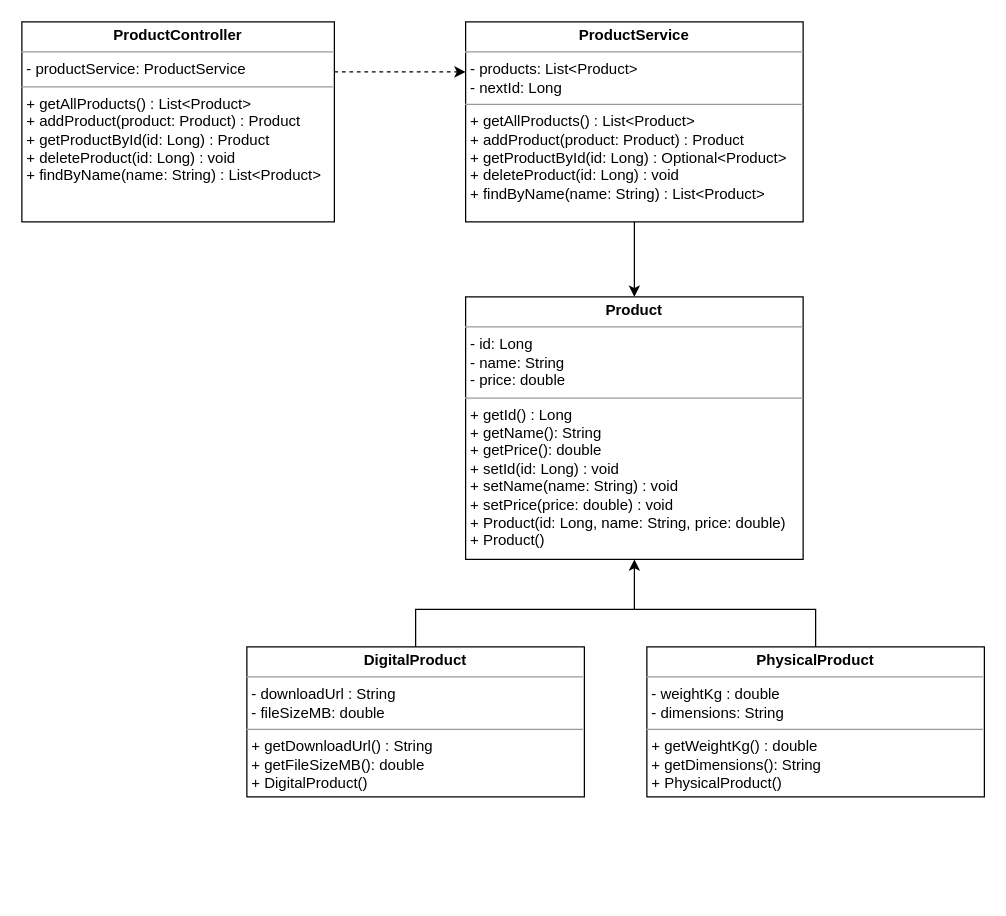
Above: products-api/docs/uml/product.drawio in jamesiit/products-api (draw.io), before the change. Source tidied: cells renumbered, new cells numbered last; positions are measured from the earlier drawing's top-left corner, leaving out a move shared by most shapes. Both pictures are drawn from the tidied source at 125%, with x=0, y=0 at pixel (21, 21).
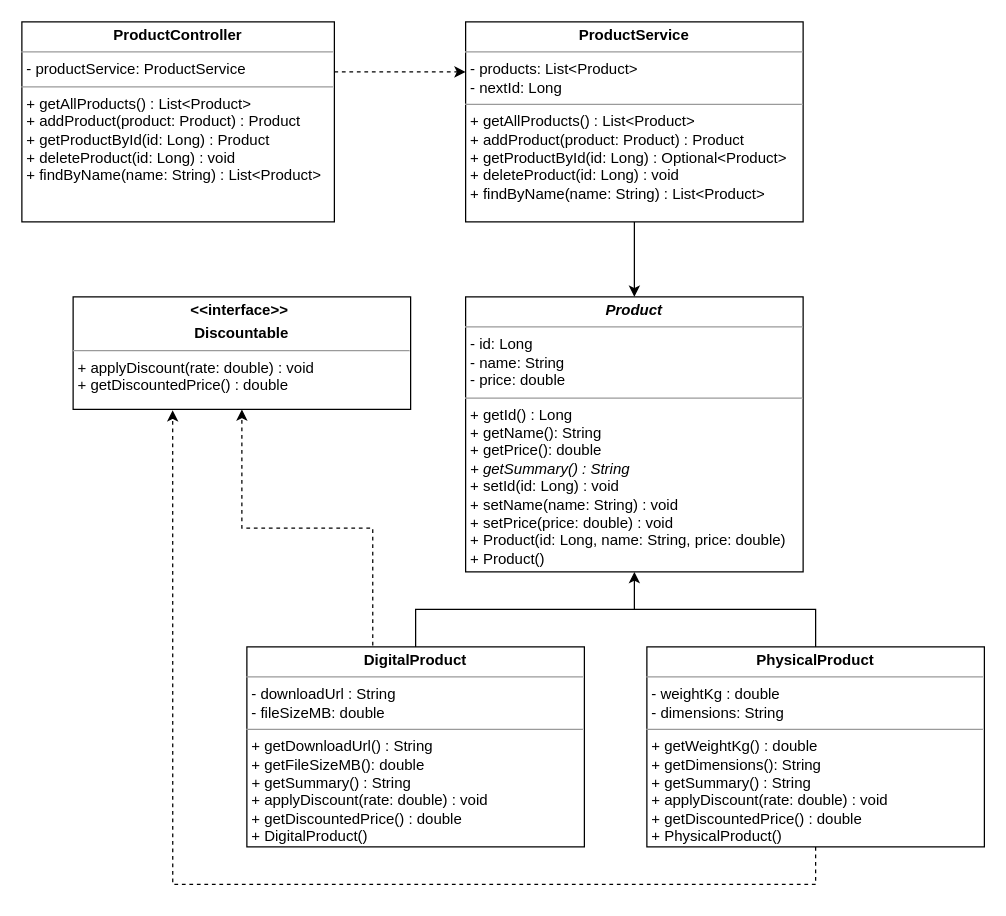
After the change.

Commit message (it also covers changes not shown here):
Tutorial 5: polymorphism - getSummary and Interface

What changed in the source:
```diff
@@
 <mxGraphModel>
   <root>
     <mxCell id="0" />
     <mxCell id="1" parent="0" />
-    <mxCell id="2" value="&lt;p style=&quot;margin:0px;margin-top:4px;text-align:center;&quot;&gt;&lt;b style=&quot;&quot;&gt;Product&lt;/b&gt;&lt;/p&gt;&lt;hr size=&quot;1&quot;&gt;&lt;p style=&quot;margin:0px;margin-left:4px;&quot;&gt;- id: Long&lt;br&gt;- name: String&lt;/p&gt;&lt;p style=&quot;margin:0px;margin-left:4px;&quot;&gt;- price: double&lt;/p&gt;&lt;hr size=&quot;1&quot;&gt;&lt;p style=&quot;margin:0px;margin-left:4px;&quot;&gt;+ getId() : Long&lt;br&gt;+ getName(): String&lt;br&gt;+ getPrice(): double&lt;/p&gt;&lt;p style=&quot;margin:0px;margin-left:4px;&quot;&gt;+ setId(id: Long) : void&lt;/p&gt;&lt;p style=&quot;margin:0px;margin-left:4px;&quot;&gt;+ setName(name: String) : void&lt;/p&gt;&lt;p style=&quot;margin:0px;margin-left:4px;&quot;&gt;+ setPrice(price: double) : void&amp;nbsp;&lt;br&gt;+ Product(id: Long, name: String, price: double)&lt;br&gt;+ Product()&lt;/p&gt;" style="verticalAlign=top;align=left;overflow=fill;fontSize=12;fontFamily=Helvetica;html=1;rounded=0;shadow=0;comic=0;labelBackgroundColor=none;strokeWidth=1;" parent="1" vertex="1">
-      <mxGeometry x="355" y="220" width="270" height="210" as="geometry" />
+    <mxCell id="2" value="&lt;p style=&quot;margin:0px;margin-top:4px;text-align:center;&quot;&gt;&lt;b style=&quot;&quot;&gt;&lt;i&gt;Product&lt;/i&gt;&lt;/b&gt;&lt;/p&gt;&lt;hr size=&quot;1&quot;&gt;&lt;p style=&quot;margin:0px;margin-left:4px;&quot;&gt;- id: Long&lt;br&gt;- name: String&lt;/p&gt;&lt;p style=&quot;margin:0px;margin-left:4px;&quot;&gt;- price: double&lt;/p&gt;&lt;hr size=&quot;1&quot;&gt;&lt;p style=&quot;margin:0px;margin-left:4px;&quot;&gt;+ getId() : Long&lt;br&gt;+ getName(): String&lt;br&gt;+ getPrice(): double&lt;/p&gt;&lt;p style=&quot;margin:0px;margin-left:4px;&quot;&gt;&lt;i&gt;+ getSummary() : String&lt;/i&gt;&lt;/p&gt;&lt;p style=&quot;margin:0px;margin-left:4px;&quot;&gt;+ setId(id: Long) : void&lt;/p&gt;&lt;p style=&quot;margin:0px;margin-left:4px;&quot;&gt;+ setName(name: String) : void&lt;/p&gt;&lt;p style=&quot;margin:0px;margin-left:4px;&quot;&gt;+ setPrice(price: double) : void&amp;nbsp;&lt;/p&gt;&lt;p style=&quot;margin:0px;margin-left:4px;&quot;&gt;+ Product(id: Long, name: String, price: double)&lt;br&gt;+ Product()&lt;/p&gt;" style="verticalAlign=top;align=left;overflow=fill;fontSize=12;fontFamily=Helvetica;html=1;rounded=0;shadow=0;comic=0;labelBackgroundColor=none;strokeWidth=1;" parent="1" vertex="1">
+      <mxGeometry x="355" y="220" width="270" height="220" as="geometry" />
     </mxCell>
     <mxCell id="3" style="edgeStyle=orthogonalEdgeStyle;rounded=0;jettySize=auto;html=1;entryX=0.5;entryY=0;entryDx=0;entryDy=0;" parent="1" edge="1" source="4" target="2">
       <mxGeometry relative="1" as="geometry" />
     </mxCell>
     <mxCell id="4" value="&lt;p style=&quot;margin:0px;margin-top:4px;text-align:center;&quot;&gt;&lt;b&gt;ProductService&lt;/b&gt;&lt;/p&gt;&lt;hr size=&quot;1&quot;&gt;&lt;p style=&quot;margin:0px;margin-left:4px;&quot;&gt;- products: List&amp;lt;Product&amp;gt;&lt;br&gt;- nextId: Long&lt;/p&gt;&lt;hr size=&quot;1&quot;&gt;&lt;p style=&quot;margin:0px;margin-left:4px;&quot;&gt;+ getAllProducts() : List&amp;lt;Product&amp;gt;&lt;br&gt;+ addProduct(product: Product) : Product&lt;/p&gt;&lt;p style=&quot;margin:0px;margin-left:4px;&quot;&gt;+ getProductById(id: Long) : Optional&amp;lt;Product&amp;gt;&lt;/p&gt;&lt;p style=&quot;margin:0px;margin-left:4px;&quot;&gt;+ deleteProduct(id: Long) : void&lt;/p&gt;&lt;p style=&quot;margin:0px;margin-left:4px;&quot;&gt;+ findByName(name: String) : List&amp;lt;Product&amp;gt;&lt;/p&gt;" style="verticalAlign=top;align=left;overflow=fill;fontSize=12;fontFamily=Helvetica;html=1;rounded=0;shadow=0;comic=0;labelBackgroundColor=none;strokeWidth=1;" parent="1" vertex="1">
       <mxGeometry x="355" width="270" height="160" as="geometry" />
     </mxCell>
     <mxCell id="5" value="&lt;p style=&quot;margin:0px;margin-top:4px;text-align:center;&quot;&gt;&lt;b&gt;ProductController&lt;/b&gt;&lt;/p&gt;&lt;hr size=&quot;1&quot;&gt;&lt;p style=&quot;margin:0px;margin-left:4px;&quot;&gt;- productService: ProductService&lt;br&gt;&lt;/p&gt;&lt;hr size=&quot;1&quot;&gt;&lt;p style=&quot;margin:0px;margin-left:4px;&quot;&gt;+ getAllProducts() : List&amp;lt;Product&amp;gt;&lt;br&gt;+ addProduct(product: Product) : Product&lt;/p&gt;&lt;p style=&quot;margin:0px;margin-left:4px;&quot;&gt;+ getProductById(id: Long) : Product&lt;/p&gt;&lt;p style=&quot;margin:0px;margin-left:4px;&quot;&gt;+ deleteProduct(id: Long) : void&lt;/p&gt;&lt;p style=&quot;margin:0px;margin-left:4px;&quot;&gt;+ findByName(name: String) : List&amp;lt;Product&amp;gt;&lt;/p&gt;" style="verticalAlign=top;align=left;overflow=fill;fontSize=12;fontFamily=Helvetica;html=1;rounded=0;shadow=0;comic=0;labelBackgroundColor=none;strokeWidth=1;" parent="1" vertex="1">
       <mxGeometry width="250" height="160" as="geometry" />
     </mxCell>
     <mxCell id="6" style="edgeStyle=none;jettySize=auto;html=1;rounded=0;dashed=1;entryX=0;entryY=0.25;entryDx=0;entryDy=0;" parent="1" edge="1" target="4">
       <mxGeometry relative="1" as="geometry">
         <mxPoint x="250" y="40" as="sourcePoint" />
       </mxGeometry>
     </mxCell>
     <mxCell id="7" style="edgeStyle=orthogonalEdgeStyle;rounded=0;jettySize=auto;html=1;" parent="1" edge="1" source="8">
       <mxGeometry relative="1" as="geometry">
-        <mxPoint x="490" y="430" as="targetPoint" />
+        <mxPoint x="490" y="440" as="targetPoint" />
         <Array as="points">
           <mxPoint x="315" y="470" />
           <mxPoint x="490" y="470" />
         </Array>
       </mxGeometry>
     </mxCell>
+    <mxCell id="11" style="edgeStyle=orthogonalEdgeStyle;rounded=0;jettySize=auto;html=1;entryX=0.5;entryY=1;entryDx=0;entryDy=0;dashed=1;exitX=0.373;exitY=-0.007;exitDx=0;exitDy=0;exitPerimeter=0;" parent="1" edge="1" source="8" target="13">
+      <mxGeometry relative="1" as="geometry" />
+    </mxCell>
-    <mxCell id="8" value="&lt;p style=&quot;margin:0px;margin-top:4px;text-align:center;&quot;&gt;&lt;b style=&quot;&quot;&gt;DigitalProduct&lt;/b&gt;&lt;/p&gt;&lt;hr size=&quot;1&quot;&gt;&lt;p style=&quot;margin:0px;margin-left:4px;&quot;&gt;- downloadUrl : String&lt;br&gt;- fileSizeMB: double&lt;/p&gt;&lt;p style=&quot;margin:0px;margin-left:4px;&quot;&gt;&lt;/p&gt;&lt;hr size=&quot;1&quot;&gt;&lt;p style=&quot;margin:0px;margin-left:4px;&quot;&gt;+ getDownloadUrl() : String&lt;/p&gt;&lt;p style=&quot;margin:0px;margin-left:4px;&quot;&gt;+ getFileSizeMB(): double&lt;/p&gt;&lt;p style=&quot;margin:0px;margin-left:4px;&quot;&gt;+ DigitalProduct()&lt;/p&gt;&lt;p style=&quot;margin:0px;margin-left:4px;&quot;&gt;&lt;/p&gt;" style="verticalAlign=top;align=left;overflow=fill;fontSize=12;fontFamily=Helvetica;html=1;rounded=0;shadow=0;comic=0;labelBackgroundColor=none;strokeWidth=1;" parent="1" vertex="1">
-      <mxGeometry x="180" y="500" width="270" height="120" as="geometry" />
+    <mxCell id="8" value="&lt;p style=&quot;margin:0px;margin-top:4px;text-align:center;&quot;&gt;&lt;b style=&quot;&quot;&gt;DigitalProduct&lt;/b&gt;&lt;/p&gt;&lt;hr size=&quot;1&quot;&gt;&lt;p style=&quot;margin:0px;margin-left:4px;&quot;&gt;- downloadUrl : String&lt;br&gt;- fileSizeMB: double&lt;/p&gt;&lt;p style=&quot;margin:0px;margin-left:4px;&quot;&gt;&lt;/p&gt;&lt;hr size=&quot;1&quot;&gt;&lt;p style=&quot;margin:0px;margin-left:4px;&quot;&gt;+ getDownloadUrl() : String&lt;/p&gt;&lt;p style=&quot;margin:0px;margin-left:4px;&quot;&gt;+ getFileSizeMB(): double&lt;/p&gt;&lt;p style=&quot;margin:0px;margin-left:4px;&quot;&gt;&lt;i style=&quot;border-color: rgb(218, 220, 224);&quot;&gt;+ &lt;/i&gt;&lt;span style=&quot;border-color: rgb(218, 220, 224);&quot;&gt;getSummary() : String&lt;/span&gt;&lt;/p&gt;&lt;p style=&quot;border-color: rgb(218, 220, 224); margin: 0px 0px 0px 4px;&quot;&gt;+ applyDiscount(rate: double) : void&lt;/p&gt;&lt;p style=&quot;margin:0px;margin-left:4px;&quot;&gt;&lt;span style=&quot;border-color: rgb(218, 220, 224);&quot;&gt;&lt;/span&gt;&lt;/p&gt;&lt;p style=&quot;border-color: rgb(218, 220, 224); margin: 0px 0px 0px 4px;&quot;&gt;+ getDiscountedPrice() : double&lt;/p&gt;&lt;p style=&quot;margin:0px;margin-left:4px;&quot;&gt;+ DigitalProduct()&lt;/p&gt;&lt;p style=&quot;margin:0px;margin-left:4px;&quot;&gt;&lt;/p&gt;" style="verticalAlign=top;align=left;overflow=fill;fontSize=12;fontFamily=Helvetica;html=1;rounded=0;shadow=0;comic=0;labelBackgroundColor=none;strokeWidth=1;" parent="1" vertex="1">
+      <mxGeometry x="180" y="500" width="270" height="160" as="geometry" />
     </mxCell>
     <mxCell id="9" style="edgeStyle=orthogonalEdgeStyle;rounded=0;jettySize=auto;html=1;endArrow=none;endFill=0;" parent="1" edge="1" source="10">
       <mxGeometry relative="1" as="geometry">
         <mxPoint x="490" y="470" as="targetPoint" />
         <Array as="points">
           <mxPoint x="635" y="470" />
         </Array>
       </mxGeometry>
     </mxCell>
+    <mxCell id="12" style="edgeStyle=orthogonalEdgeStyle;rounded=0;jettySize=auto;html=1;entryX=0.295;entryY=1.008;entryDx=0;entryDy=0;entryPerimeter=0;dashed=1;" parent="1" edge="1" source="10" target="13">
+      <mxGeometry relative="1" as="geometry">
+        <Array as="points">
+          <mxPoint x="635" y="690" />
+          <mxPoint x="121" y="690" />
+        </Array>
+      </mxGeometry>
+    </mxCell>
-    <mxCell id="10" value="&lt;p style=&quot;margin:0px;margin-top:4px;text-align:center;&quot;&gt;&lt;b style=&quot;&quot;&gt;PhysicalProduct&lt;/b&gt;&lt;/p&gt;&lt;hr size=&quot;1&quot;&gt;&lt;p style=&quot;margin:0px;margin-left:4px;&quot;&gt;- weightKg : double&lt;br&gt;- dimensions: String&lt;/p&gt;&lt;p style=&quot;margin:0px;margin-left:4px;&quot;&gt;&lt;/p&gt;&lt;hr size=&quot;1&quot;&gt;&lt;p style=&quot;margin:0px;margin-left:4px;&quot;&gt;+ getWeightKg() : double&lt;/p&gt;&lt;p style=&quot;margin:0px;margin-left:4px;&quot;&gt;+ getDimensions(): String&lt;/p&gt;&lt;p style=&quot;margin:0px;margin-left:4px;&quot;&gt;+ PhysicalProduct()&lt;/p&gt;&lt;p style=&quot;margin:0px;margin-left:4px;&quot;&gt;&lt;/p&gt;" style="verticalAlign=top;align=left;overflow=fill;fontSize=12;fontFamily=Helvetica;html=1;rounded=0;shadow=0;comic=0;labelBackgroundColor=none;strokeWidth=1;" parent="1" vertex="1">
-      <mxGeometry x="500" y="500" width="270" height="120" as="geometry" />
+    <mxCell id="10" value="&lt;p style=&quot;margin:0px;margin-top:4px;text-align:center;&quot;&gt;&lt;b style=&quot;&quot;&gt;PhysicalProduct&lt;/b&gt;&lt;/p&gt;&lt;hr size=&quot;1&quot;&gt;&lt;p style=&quot;margin:0px;margin-left:4px;&quot;&gt;- weightKg : double&lt;br&gt;- dimensions: String&lt;/p&gt;&lt;p style=&quot;margin:0px;margin-left:4px;&quot;&gt;&lt;/p&gt;&lt;hr size=&quot;1&quot;&gt;&lt;p style=&quot;margin:0px;margin-left:4px;&quot;&gt;+ getWeightKg() : double&lt;/p&gt;&lt;p style=&quot;margin:0px;margin-left:4px;&quot;&gt;+ getDimensions(): String&lt;/p&gt;&lt;p style=&quot;margin:0px;margin-left:4px;&quot;&gt;+ getSummary() : String&lt;/p&gt;&lt;p style=&quot;border-color: rgb(218, 220, 224); margin: 0px 0px 0px 4px;&quot;&gt;+ applyDiscount(rate: double) : void&lt;/p&gt;&lt;p style=&quot;border-color: rgb(218, 220, 224); margin: 0px 0px 0px 4px;&quot;&gt;+ getDiscountedPrice() : double&lt;/p&gt;&lt;p style=&quot;margin:0px;margin-left:4px;&quot;&gt;+ PhysicalProduct()&lt;/p&gt;&lt;p style=&quot;margin:0px;margin-left:4px;&quot;&gt;&lt;/p&gt;" style="verticalAlign=top;align=left;overflow=fill;fontSize=12;fontFamily=Helvetica;html=1;rounded=0;shadow=0;comic=0;labelBackgroundColor=none;strokeWidth=1;" parent="1" vertex="1">
+      <mxGeometry x="500" y="500" width="270" height="160" as="geometry" />
     </mxCell>
+    <mxCell id="13" value="&lt;p style=&quot;margin:0px;margin-top:4px;text-align:center;&quot;&gt;&lt;b style=&quot;&quot;&gt;&amp;lt;&amp;lt;interface&amp;gt;&amp;gt;&amp;nbsp;&lt;/b&gt;&lt;/p&gt;&lt;p style=&quot;margin:0px;margin-top:4px;text-align:center;&quot;&gt;&lt;b style=&quot;&quot;&gt;Discountable&lt;/b&gt;&lt;/p&gt;&lt;hr size=&quot;1&quot;&gt;&lt;p style=&quot;margin:0px;margin-left:4px;&quot;&gt;+ applyDiscount(rate: double) : void&lt;/p&gt;&lt;p style=&quot;margin:0px;margin-left:4px;&quot;&gt;+ getDiscountedPrice() : double&lt;/p&gt;&lt;br&gt;&lt;p style=&quot;margin:0px;margin-left:4px;&quot;&gt;&lt;/p&gt;" style="verticalAlign=top;align=left;overflow=fill;fontSize=12;fontFamily=Helvetica;html=1;rounded=0;shadow=0;comic=0;labelBackgroundColor=none;strokeWidth=1;" parent="1" vertex="1">
+      <mxGeometry x="41" y="220" width="270" height="90" as="geometry" />
+    </mxCell>
   </root>
 </mxGraphModel>
```
